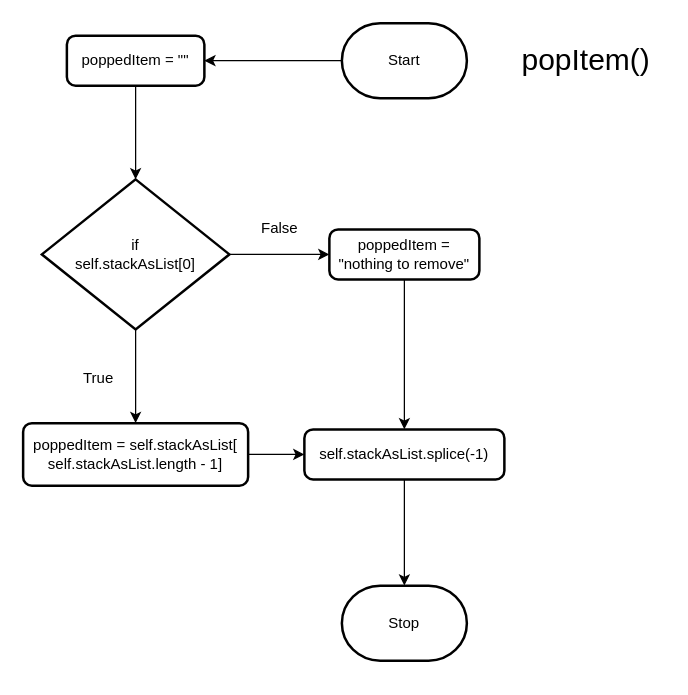
Earlier version of the draw.io diagram designs/popItem.drawio (Curtis-Edwards/ICS4U-Unit-2-02-Typescript). Source tidied: cells renumbered, new cells numbered last; positions are measured from the earlier drawing's top-left corner, leaving out a move shared by most shapes. Both pictures are drawn from the tidied source at 125%, with x=0, y=0 at pixel (22, 22).
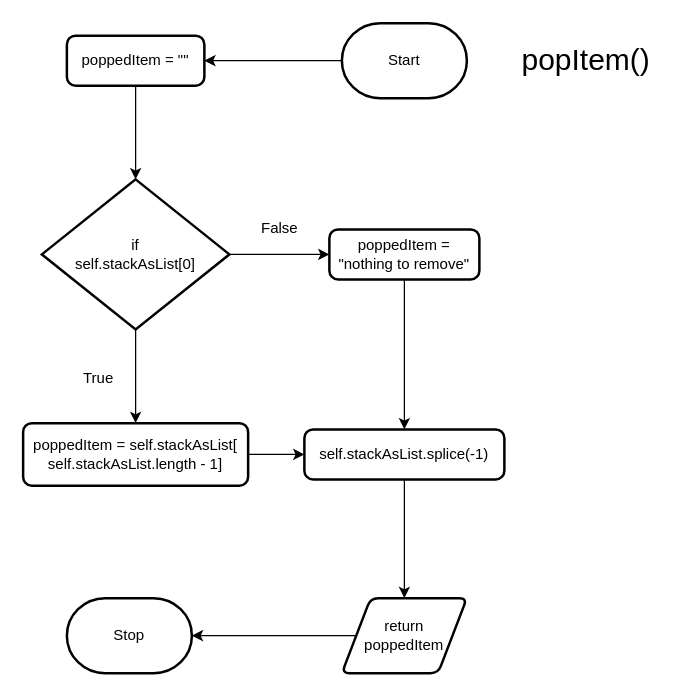
After the change.

Commit message (it also covers changes not shown here):
Upadated flowchart

Unchanged cells that the change refers to:
```xml
<mxCell id="16" value="&lt;div&gt;self.stackAsList.splice(-1)&lt;/div&gt;" style="rounded=1;whiteSpace=wrap;html=1;absoluteArcSize=1;arcSize=14;strokeWidth=2;" parent="1" vertex="1">
  <mxGeometry x="225" y="325" width="160" height="40" as="geometry" />
</mxCell>
```

What changed in the source:
```diff
@@
     <mxCell id="4" value="Stop" style="strokeWidth=2;html=1;shape=mxgraph.flowchart.terminator;whiteSpace=wrap;" parent="1" vertex="1">
-      <mxGeometry x="255" y="450" width="100" height="60" as="geometry" />
+      <mxGeometry x="35" y="460" width="100" height="60" as="geometry" />
     </mxCell>
@@
-    <mxCell id="15" style="edgeStyle=none;html=1;entryX=0.5;entryY=0;entryDx=0;entryDy=0;entryPerimeter=0;fontSize=24;" parent="1" edge="1" source="16" target="4">
-      <mxGeometry relative="1" as="geometry" />
-    </mxCell>
+    <mxCell id="19" style="edgeStyle=none;html=1;entryX=0.5;entryY=0;entryDx=0;entryDy=0;" parent="1" edge="1" source="16" target="21">
+      <mxGeometry relative="1" as="geometry" />
+    </mxCell>
@@
+    <mxCell id="20" style="edgeStyle=none;html=1;entryX=1;entryY=0.5;entryDx=0;entryDy=0;entryPerimeter=0;" parent="1" edge="1" source="21" target="4">
+      <mxGeometry relative="1" as="geometry" />
+    </mxCell>
+    <mxCell id="21" value="return&lt;br&gt;poppedItem" style="shape=parallelogram;html=1;strokeWidth=2;perimeter=parallelogramPerimeter;whiteSpace=wrap;rounded=1;arcSize=12;size=0.23;" parent="1" vertex="1">
+      <mxGeometry x="255" y="460" width="100" height="60" as="geometry" />
+    </mxCell>
```
